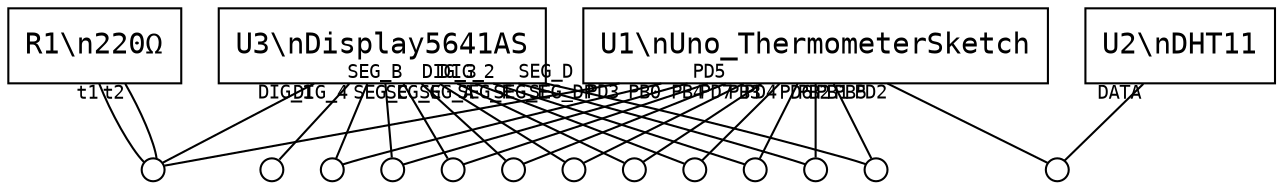
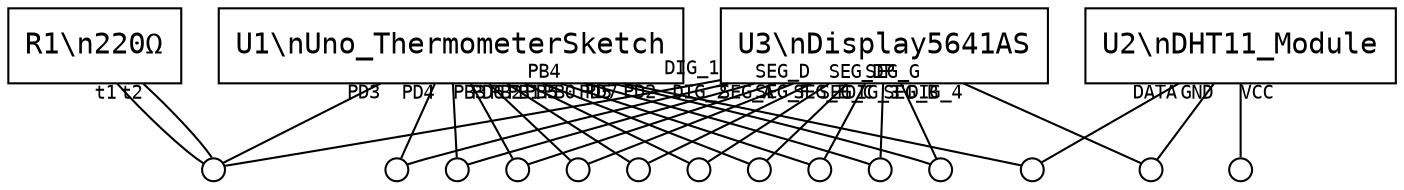
digraph "DigitalThermometer" {
  rankdir=TB;
  node [shape=box, fontname="monospace"];
  U1 [label="U1\\nUno_ThermometerSketch"];
-   U2 [label="U2\\nDHT11"];
+   U2 [label="U2\\nDHT11_Module"];
  U3 [label="U3\\nDisplay5641AS"];
  R1 [label="R1\\n220Ω"];
  // Nets
  node [shape=circle, label="", width=0.15, fixedsize=true];
-   gnd; net_1; net_10; net_11; net_12; net_2; net_3; net_4; net_5; net_6; net_7; net_8; net_9;
+   gnd; net_10; net_11; net_12; net_13; net_14; net_3; net_4; net_5; net_6; net_7; net_8; net_9; vcc;
  // Edges (component -- net, taillabel = port name)
  edge [arrowhead=none, fontname="monospace", fontsize=9];
-   R1 -> net_1 [taillabel="t1"];
-   R1 -> net_1 [taillabel="t2"];
-   U1 -> net_5 [taillabel="PB0"];
-   U1 -> net_3 [taillabel="PB1"];
-   U1 -> net_2 [taillabel="PB2"];
-   U1 -> net_10 [taillabel="PB3"];
-   U1 -> net_6 [taillabel="PB4"];
-   U1 -> net_4 [taillabel="PB5"];
-   U1 -> net_12 [taillabel="PD2"];
-   U1 -> net_1 [taillabel="PD3"];
-   U1 -> net_9 [taillabel="PD4"];
-   U1 -> net_8 [taillabel="PD5"];
-   U1 -> net_11 [taillabel="PD6"];
-   U1 -> net_7 [taillabel="PD7"];
-   U2 -> net_12 [taillabel="DATA"];
-   U3 -> net_1 [taillabel="DIG_1"];
-   U3 -> net_9 [taillabel="DIG_2"];
-   U3 -> net_8 [taillabel="DIG_3"];
+   R1 -> net_3 [taillabel="t1"];
+   R1 -> net_3 [taillabel="t2"];
+   U1 -> net_7 [taillabel="PB0"];
+   U1 -> net_5 [taillabel="PB1"];
+   U1 -> net_4 [taillabel="PB2"];
+   U1 -> net_12 [taillabel="PB3"];
+   U1 -> net_8 [taillabel="PB4"];
+   U1 -> net_6 [taillabel="PB5"];
+   U1 -> net_14 [taillabel="PD2"];
+   U1 -> net_3 [taillabel="PD3"];
+   U1 -> net_11 [taillabel="PD4"];
+   U1 -> net_10 [taillabel="PD5"];
+   U1 -> net_13 [taillabel="PD6"];
+   U1 -> net_9 [taillabel="PD7"];
+   U2 -> net_14 [taillabel="DATA"];
+   U2 -> gnd [taillabel="GND"];
+   U2 -> vcc [taillabel="VCC"];
+   U3 -> net_3 [taillabel="DIG_1"];
+   U3 -> net_11 [taillabel="DIG_2"];
+   U3 -> net_10 [taillabel="DIG_3"];
  U3 -> gnd [taillabel="DIG_4"];
-   U3 -> net_11 [taillabel="SEG_A"];
-   U3 -> net_7 [taillabel="SEG_B"];
-   U3 -> net_5 [taillabel="SEG_C"];
-   U3 -> net_3 [taillabel="SEG_D"];
-   U3 -> net_4 [taillabel="SEG_DP"];
-   U3 -> net_2 [taillabel="SEG_E"];
-   U3 -> net_10 [taillabel="SEG_F"];
-   U3 -> net_6 [taillabel="SEG_G"];
+   U3 -> net_13 [taillabel="SEG_A"];
+   U3 -> net_9 [taillabel="SEG_B"];
+   U3 -> net_7 [taillabel="SEG_C"];
+   U3 -> net_5 [taillabel="SEG_D"];
+   U3 -> net_6 [taillabel="SEG_DP"];
+   U3 -> net_4 [taillabel="SEG_E"];
+   U3 -> net_12 [taillabel="SEG_F"];
+   U3 -> net_8 [taillabel="SEG_G"];
}
